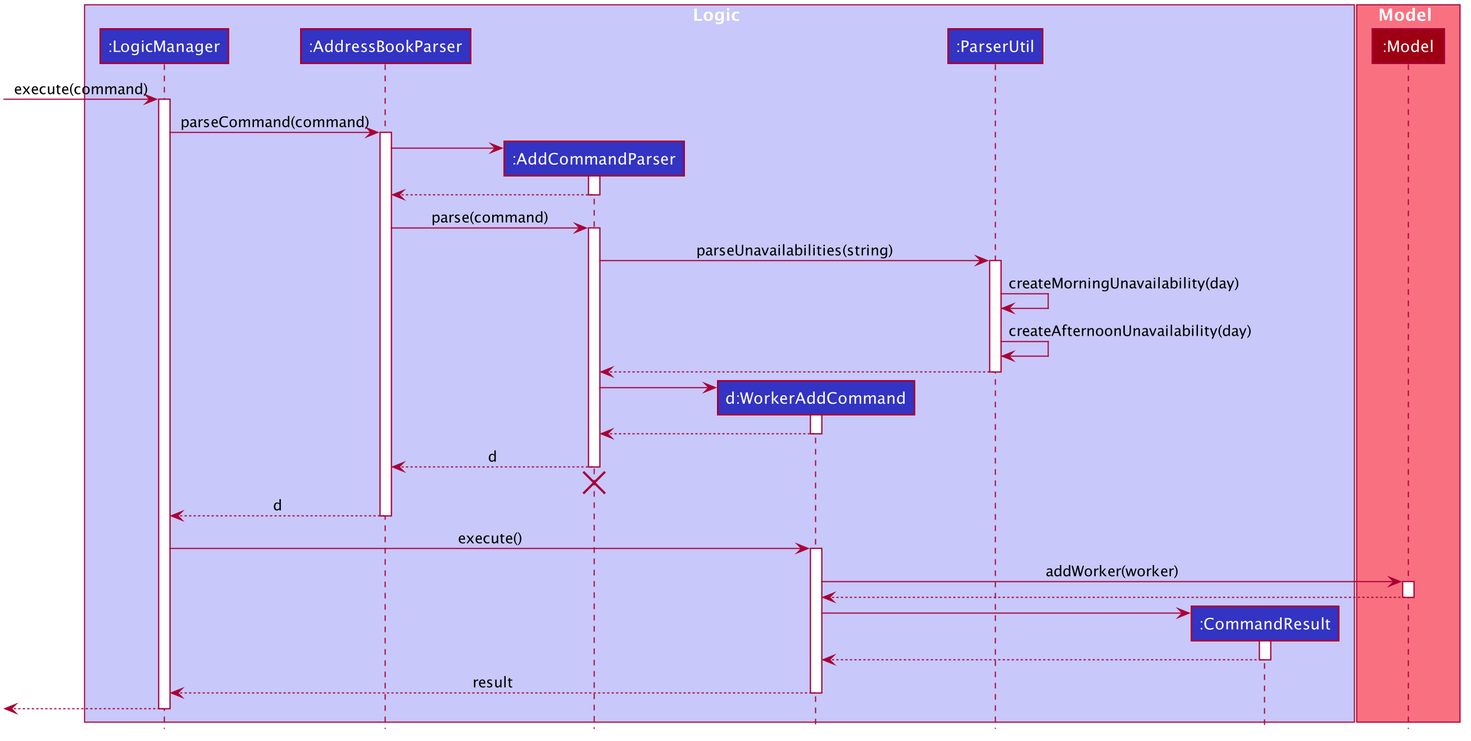
Above: docs/images/AddUnavailabilitySequenceDiagram.png in wakululuu/tp (PlantUML), before the change.
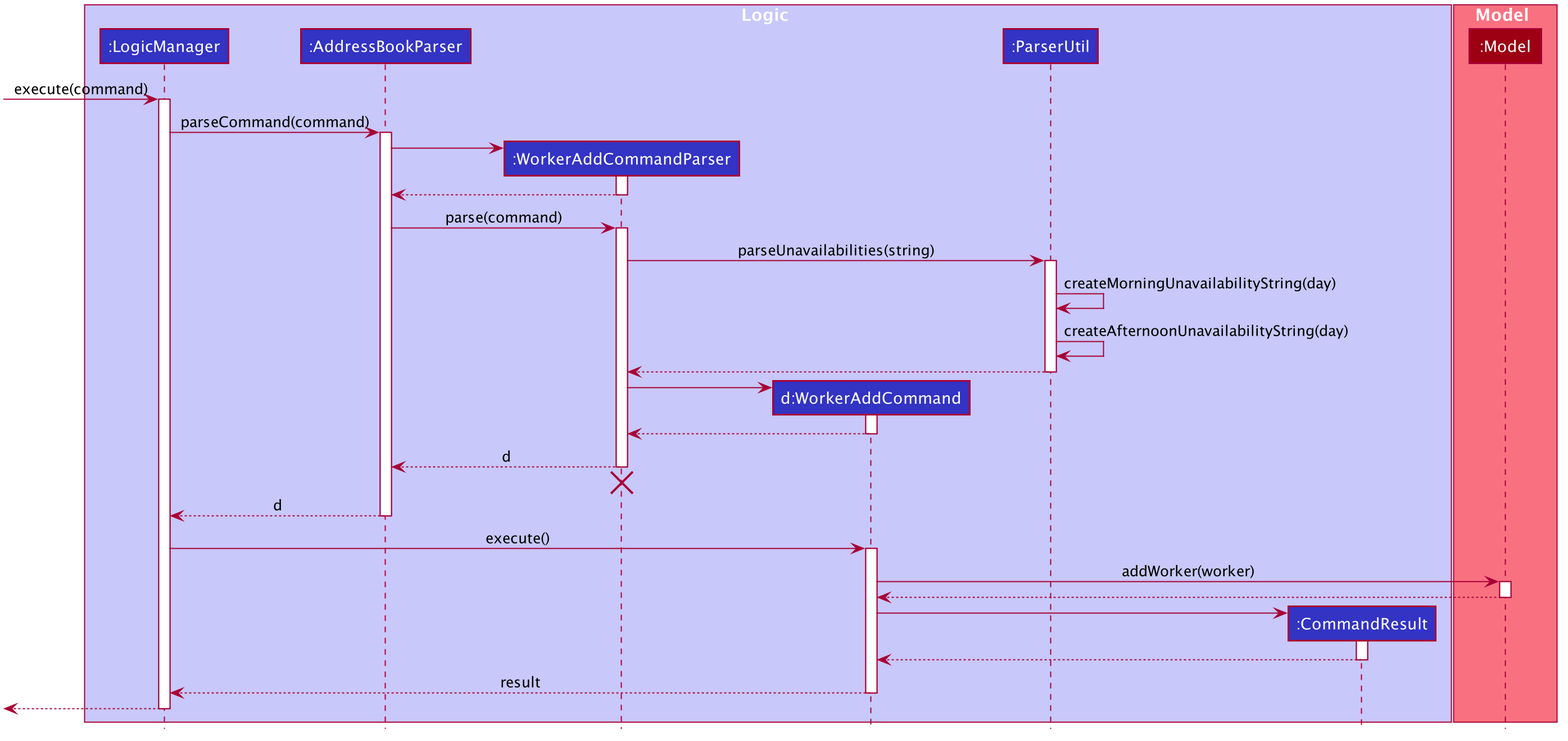
Above is the later version.

Diff of the diagram source:
```diff
@@ -17,6 +17,8 @@
     BorderColor #FFFFFF
     StereotypeFontColor #FFFFFF
     FontName Arial
+    AttributeFontColor #FFFFFF
+    AttributeFontName Arial
 }
 
 skinparam Actor {
@@ -45,13 +47,13 @@
 skinparam packageStyle Rectangle
 
 hide footbox
-hide members
+hide empty members
 hide circle
 
 box Logic #C8C8FA
 participant ":LogicManager" as LogicManager #3333C4
 participant ":AddressBookParser" as AddressBookParser #3333C4
-participant ":AddCommandParser" as AddCommandParser #3333C4
+participant ":WorkerAddCommandParser" as WorkerAddCommandParser #3333C4
 participant "d:WorkerAddCommand" as WorkerAddCommand #3333C4
 participant ":ParserUtil" as ParserUtil #3333C4
 participant ":CommandResult" as CommandResult #3333C4
@@ -67,35 +69,35 @@
 LogicManager -> AddressBookParser : parseCommand(command)
 activate AddressBookParser
 
-create AddCommandParser
-AddressBookParser -> AddCommandParser
-activate AddCommandParser
+create WorkerAddCommandParser
+AddressBookParser -> WorkerAddCommandParser
+activate WorkerAddCommandParser
 
-AddCommandParser --> AddressBookParser
-deactivate AddCommandParser
+WorkerAddCommandParser --> AddressBookParser
+deactivate WorkerAddCommandParser
 
-AddressBookParser -> AddCommandParser : parse(command)
-activate AddCommandParser
+AddressBookParser -> WorkerAddCommandParser : parse(command)
+activate WorkerAddCommandParser
 
-AddCommandParser -> ParserUtil : parseUnavailabilities(string)
+WorkerAddCommandParser -> ParserUtil : parseUnavailabilities(string)
 activate ParserUtil
 
-ParserUtil -> ParserUtil : createMorningUnavailability(day)
-ParserUtil -> ParserUtil : createAfternoonUnavailability(day)
+ParserUtil -> ParserUtil : createMorningUnavailabilityString(day)
+ParserUtil -> ParserUtil : createAfternoonUnavailabilityString(day)
 return
 deactivate ParserUtil
 
 create WorkerAddCommand
-AddCommandParser -> WorkerAddCommand
+WorkerAddCommandParser -> WorkerAddCommand
 activate WorkerAddCommand
 
-WorkerAddCommand --> AddCommandParser
+WorkerAddCommand --> WorkerAddCommandParser
 deactivate WorkerAddCommand
 
-AddCommandParser --> AddressBookParser : d
-deactivate AddCommandParser
-AddCommandParser -[hidden]-> AddressBookParser
-destroy AddCommandParser
+WorkerAddCommandParser --> AddressBookParser : d
+deactivate WorkerAddCommandParser
+WorkerAddCommandParser -[hidden]-> AddressBookParser
+destroy WorkerAddCommandParser
 
 AddressBookParser --> LogicManager : d
 deactivate AddressBookParser
```
